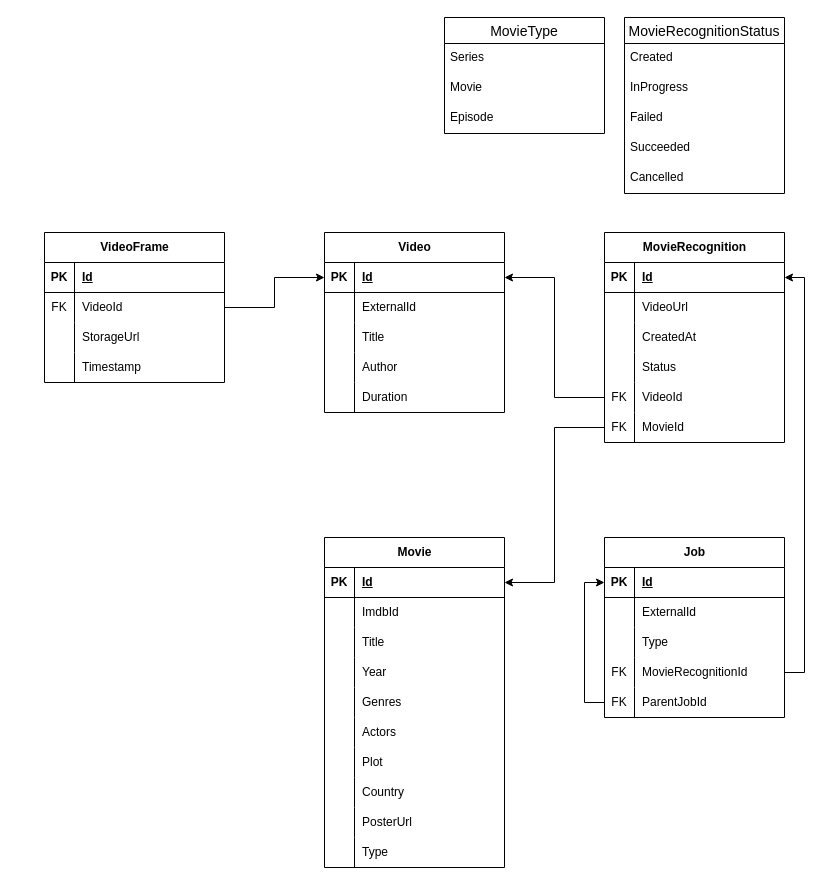
The draw.io diagram docs/MovieRecognizer.drawio in LipatovAlexander/MovieRecognizer, before the edit. Source tidied: cells renumbered, new cells numbered last; positions are measured from the earlier drawing's top-left corner, leaving out a move shared by most shapes. Both pictures are drawn from the tidied source at 100%, with x=0, y=0 at pixel (44, 17).
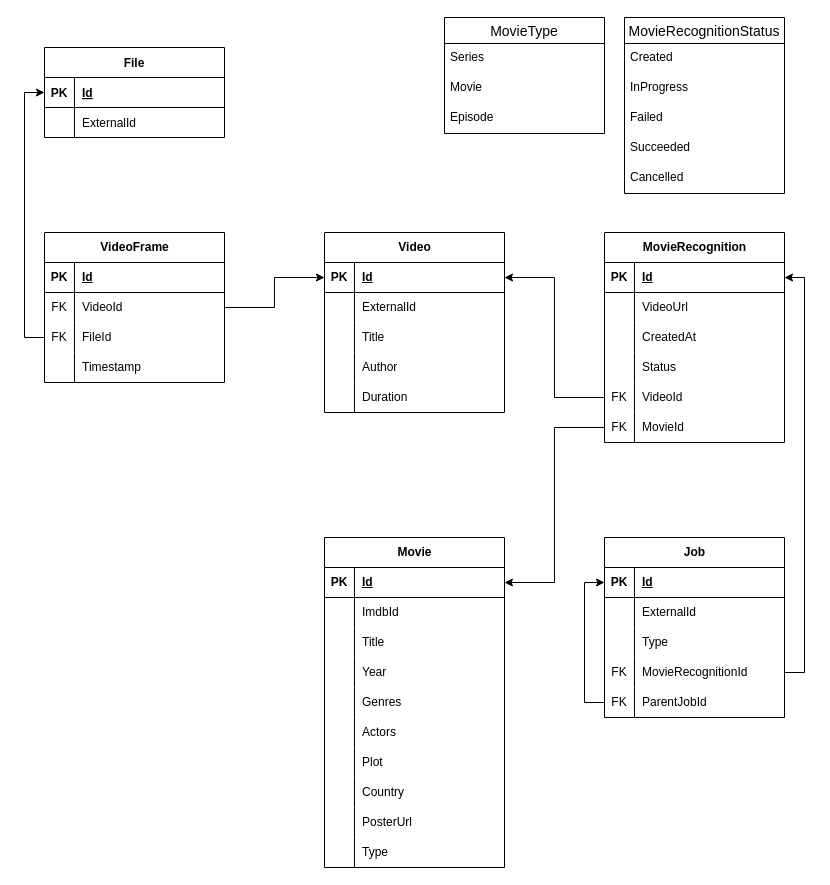
After the change.

Unchanged cells that the change refers to:
```xml
<mxCell id="51" style="shape=tableRow;horizontal=0;startSize=0;swimlaneHead=0;swimlaneBody=0;fillColor=none;points=[[0,0.5],[1,0.5]];portConstraint=eastwest;top=0;left=0;right=0;bottom=0;" parent="44" vertex="1">
  <mxGeometry y="90" width="180" height="30" as="geometry" />
</mxCell>
```

What changed in the source:
```diff
@@
-    <mxCell id="52" style="shape=partialRectangle;fillColor=none;top=0;left=0;bottom=0;right=0;overflow=hidden;whiteSpace=wrap;html=1;" parent="51" vertex="1">
+    <mxCell id="52" value="FK" style="shape=partialRectangle;fillColor=none;top=0;left=0;bottom=0;right=0;overflow=hidden;whiteSpace=wrap;html=1;" parent="51" vertex="1">
       <mxGeometry width="30" height="30" as="geometry" />
     </mxCell>
-    <mxCell id="53" value="StorageUrl" style="shape=partialRectangle;fillColor=none;top=0;left=0;bottom=0;right=0;align=left;spacingLeft=6;overflow=hidden;whiteSpace=wrap;html=1;" parent="51" vertex="1">
+    <mxCell id="53" value="FileId" style="shape=partialRectangle;fillColor=none;top=0;left=0;bottom=0;right=0;align=left;spacingLeft=6;overflow=hidden;whiteSpace=wrap;html=1;" parent="51" vertex="1">
       <mxGeometry x="30" width="150" height="30" as="geometry" />
     </mxCell>
@@
+    <mxCell id="112" value="File" style="shape=table;startSize=30;childLayout=tableLayout;rowLines=0;fontStyle=1;align=center;" parent="1" vertex="1">
+      <mxGeometry y="30" width="180" height="90" as="geometry" />
+    </mxCell>
+    <mxCell id="113" style="shape=tableRow;horizontal=0;startSize=0;swimlaneHead=0;swimlaneBody=0;fillColor=none;points=[[0,0.5],[1,0.5]];portConstraint=eastwest;top=0;left=0;right=0;bottom=1;" parent="112" vertex="1">
+      <mxGeometry y="30" width="180" height="30" as="geometry" />
+    </mxCell>
+    <mxCell id="114" value="PK" style="shape=partialRectangle;fillColor=none;top=0;left=0;bottom=0;right=0;fontStyle=1;overflow=hidden;" parent="113" vertex="1">
+      <mxGeometry width="30" height="30" as="geometry" />
+    </mxCell>
+    <mxCell id="115" value="Id" style="shape=partialRectangle;fillColor=none;top=0;left=0;bottom=0;right=0;align=left;spacingLeft=6;fontStyle=5;overflow=hidden;" parent="113" vertex="1">
+      <mxGeometry x="30" width="150" height="30" as="geometry" />
+    </mxCell>
+    <mxCell id="116" style="shape=tableRow;horizontal=0;startSize=0;swimlaneHead=0;swimlaneBody=0;fillColor=none;top=0;left=0;right=0;bottom=0;" parent="112" vertex="1">
+      <mxGeometry y="60" width="180" height="30" as="geometry" />
+    </mxCell>
+    <mxCell id="117" style="shape=partialRectangle;fillColor=none;top=0;left=0;bottom=0;right=0;overflow=hidden;" parent="116" vertex="1">
+      <mxGeometry width="30" height="30" as="geometry" />
+    </mxCell>
+    <mxCell id="118" value="ExternalId" style="shape=partialRectangle;fillColor=none;top=0;left=0;bottom=0;right=0;align=left;spacingLeft=6;overflow=hidden;" parent="116" vertex="1">
+      <mxGeometry x="30" width="150" height="30" as="geometry" />
+    </mxCell>
+    <mxCell id="119" style="edgeStyle=orthogonalEdgeStyle;rounded=0;jettySize=auto;html=1;exitX=0;exitY=0.5;exitDx=0;exitDy=0;entryX=0;entryY=0.5;entryDx=0;entryDy=0;" parent="1" edge="1" source="51" target="113">
+      <mxGeometry relative="1" as="geometry" />
+    </mxCell>
```
